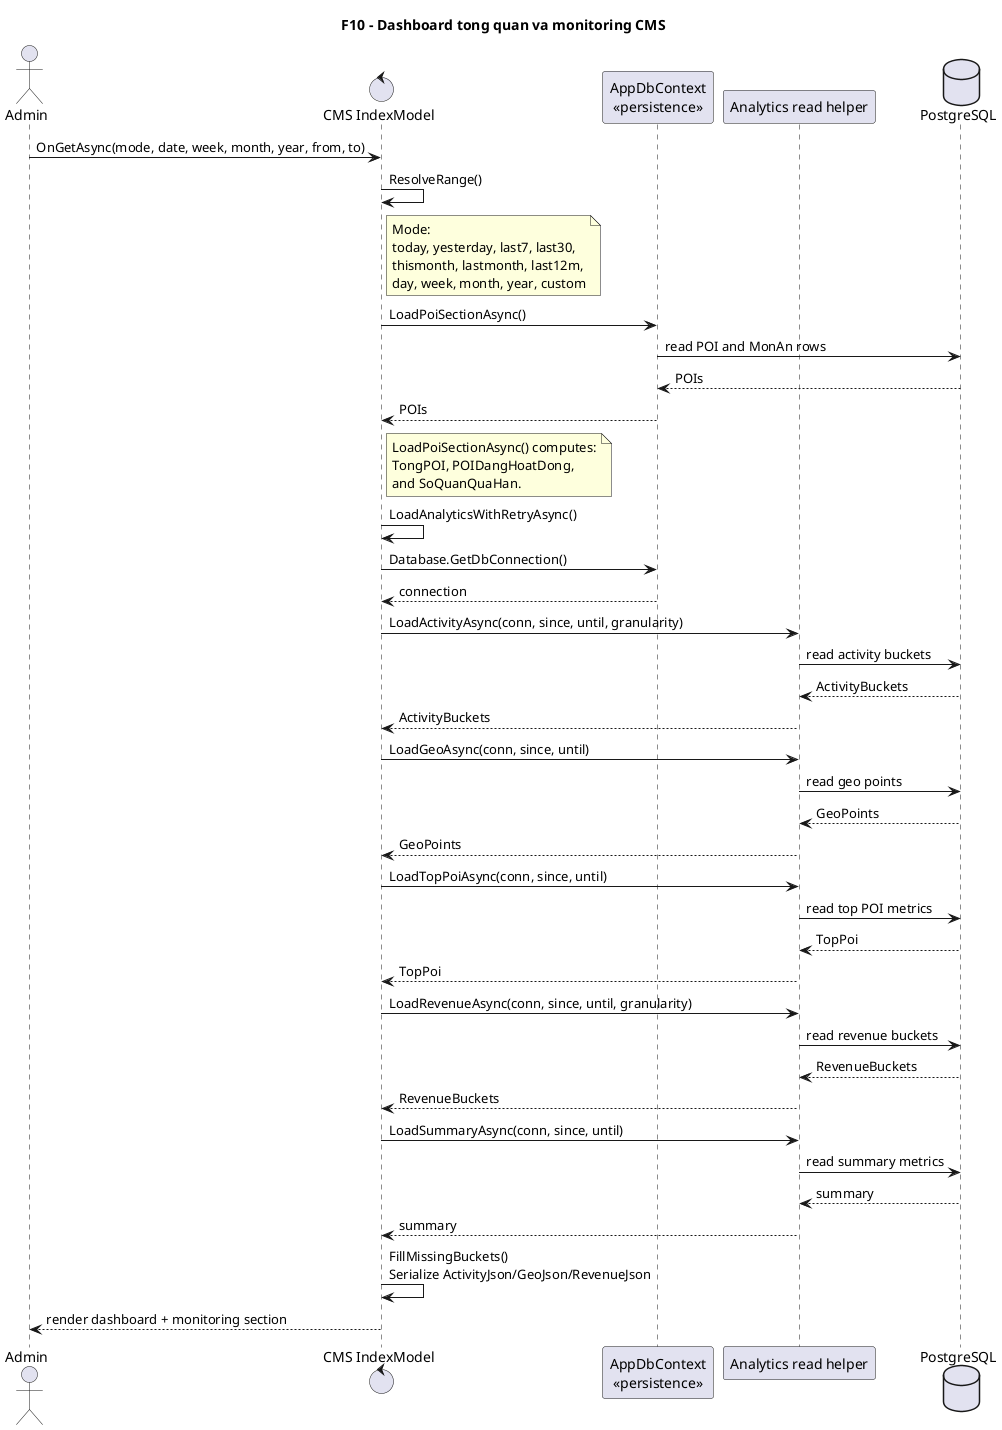
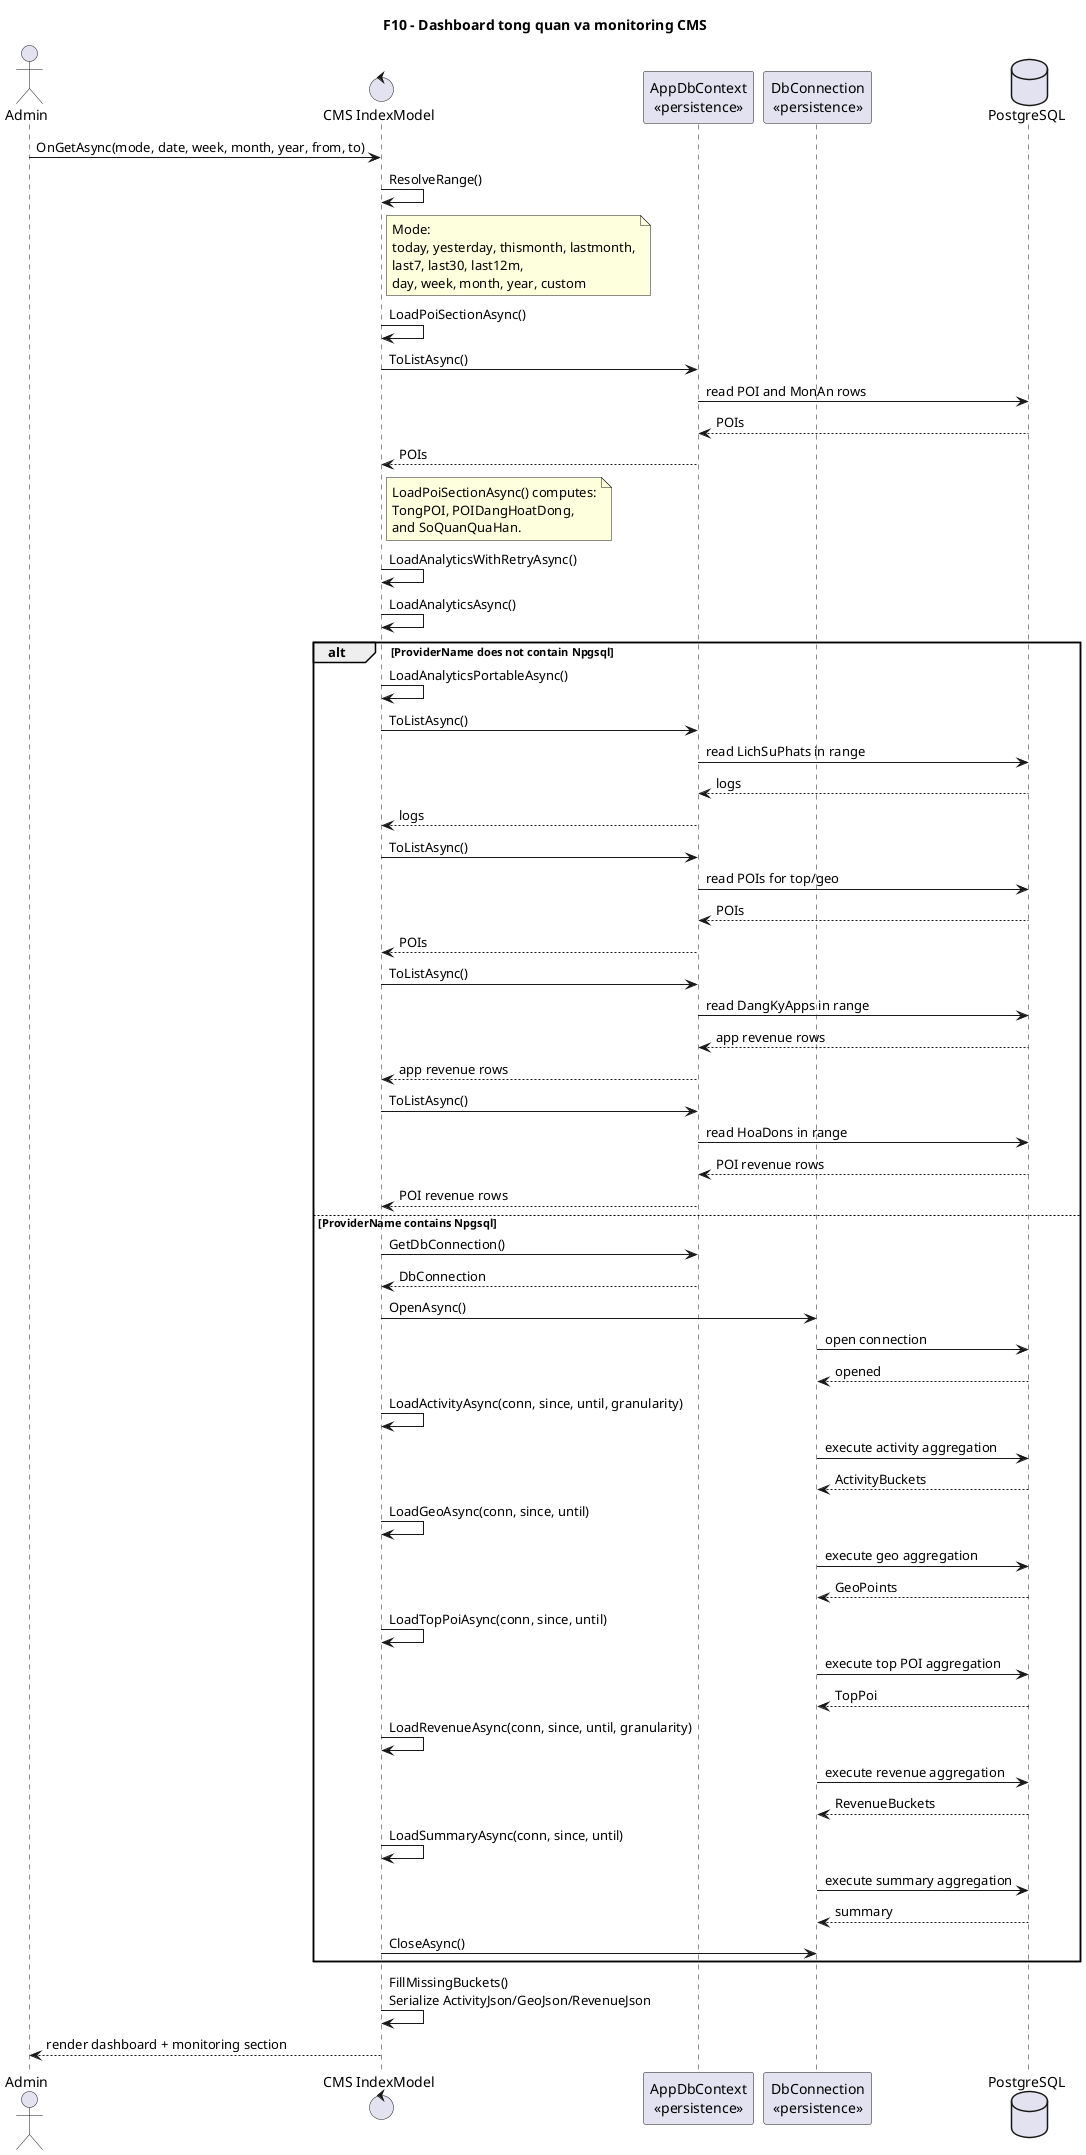
@startuml
' Diagram: F10 - Dashboard tong quan va monitoring CMS (Sequence)
' Status: VERIFIED
- ' Baseline: branch master, current worktree @ HEAD 0121e4f
+ ' Baseline: HEAD 8ca9ec7
' Source:
- ' - VinhKhanhTour.CMS/Pages/Index.cshtml.cs: OnGetAsync(), ResolveRange(), LoadPoiSectionAsync(), LoadAnalyticsWithRetryAsync(), LoadAnalyticsAsync(), LoadActivityAsync(), LoadGeoAsync(), LoadTopPoiAsync(), LoadRevenueAsync(), LoadSummaryAsync(), FillMissingBuckets()
+ ' - VinhKhanhTour.CMS/Pages/Index.cshtml.cs: OnGetAsync(), ResolveRange(), LoadPoiSectionAsync(), LoadAnalyticsWithRetryAsync(), LoadAnalyticsAsync(), LoadAnalyticsPortableAsync(), LoadActivityAsync(), LoadGeoAsync(), LoadTopPoiAsync(), LoadRevenueAsync(), LoadSummaryAsync(), FillMissingBuckets()
' - VinhKhanhTour.CMS/Pages/Index.cshtml
- ' Note: Sequence chi tiet hoa ResolveRange(), 2 pha load POI/analytics, shared connection, va serialize JSON cho chart/heatmap/revenue.
- ' Note: Sequence chi the hien method/step cua IndexModel va persistence helper, khong liet ke cau SQL.
+ ' Note: Sequence chi tiet hoa ResolveRange(), 2 pha load POI/analytics, nhanh portable EF va nhanh Npgsql/raw tren shared connection.
+ ' Note: Sequence chi the hien owner method cua IndexModel va persistence objects; khong liet ke cau SQL.
' Note: 3 the thong ke o stats-grid: TongPOI (tat ca POI ke ca chua gia han), POIDangHoatDong (TrangThai=true va con han duy tri), Ngon ngu (3).
title F10 - Dashboard tong quan va monitoring CMS

actor Admin
control "CMS IndexModel" as IndexModel
participant "AppDbContext\n<<persistence>>" as DbContext
- participant "Analytics read helper" as AnalyticsRead
+ participant "DbConnection\n<<persistence>>" as Conn
database "PostgreSQL" as DB

Admin -> IndexModel: OnGetAsync(mode, date, week, month, year, from, to)
IndexModel -> IndexModel: ResolveRange()
note right of IndexModel
  Mode:
-   today, yesterday, last7, last30,
-   thismonth, lastmonth, last12m,
+   today, yesterday, thismonth, lastmonth,
+   last7, last30, last12m,
  day, week, month, year, custom
end note

- IndexModel -> DbContext: LoadPoiSectionAsync()
+ IndexModel -> IndexModel: LoadPoiSectionAsync()
+ IndexModel -> DbContext: ToListAsync()
DbContext -> DB: read POI and MonAn rows
DB --> DbContext: POIs
DbContext --> IndexModel: POIs
note right of IndexModel
  LoadPoiSectionAsync() computes:
  TongPOI, POIDangHoatDong,
  and SoQuanQuaHan.
end note

IndexModel -> IndexModel: LoadAnalyticsWithRetryAsync()
- IndexModel -> DbContext: Database.GetDbConnection()
- DbContext --> IndexModel: connection
- IndexModel -> AnalyticsRead: LoadActivityAsync(conn, since, until, granularity)
- AnalyticsRead -> DB: read activity buckets
- DB --> AnalyticsRead: ActivityBuckets
- AnalyticsRead --> IndexModel: ActivityBuckets
- 
- IndexModel -> AnalyticsRead: LoadGeoAsync(conn, since, until)
- AnalyticsRead -> DB: read geo points
- DB --> AnalyticsRead: GeoPoints
- AnalyticsRead --> IndexModel: GeoPoints
- 
- IndexModel -> AnalyticsRead: LoadTopPoiAsync(conn, since, until)
- AnalyticsRead -> DB: read top POI metrics
- DB --> AnalyticsRead: TopPoi
- AnalyticsRead --> IndexModel: TopPoi
- 
- IndexModel -> AnalyticsRead: LoadRevenueAsync(conn, since, until, granularity)
- AnalyticsRead -> DB: read revenue buckets
- DB --> AnalyticsRead: RevenueBuckets
- AnalyticsRead --> IndexModel: RevenueBuckets
- 
- IndexModel -> AnalyticsRead: LoadSummaryAsync(conn, since, until)
- AnalyticsRead -> DB: read summary metrics
- DB --> AnalyticsRead: summary
- AnalyticsRead --> IndexModel: summary
+ IndexModel -> IndexModel: LoadAnalyticsAsync()
+ alt ProviderName does not contain Npgsql
+   IndexModel -> IndexModel: LoadAnalyticsPortableAsync()
+   IndexModel -> DbContext: ToListAsync()
+   DbContext -> DB: read LichSuPhats in range
+   DB --> DbContext: logs
+   DbContext --> IndexModel: logs
+   IndexModel -> DbContext: ToListAsync()
+   DbContext -> DB: read POIs for top/geo
+   DB --> DbContext: POIs
+   DbContext --> IndexModel: POIs
+   IndexModel -> DbContext: ToListAsync()
+   DbContext -> DB: read DangKyApps in range
+   DB --> DbContext: app revenue rows
+   DbContext --> IndexModel: app revenue rows
+   IndexModel -> DbContext: ToListAsync()
+   DbContext -> DB: read HoaDons in range
+   DB --> DbContext: POI revenue rows
+   DbContext --> IndexModel: POI revenue rows
+ else ProviderName contains Npgsql
+   IndexModel -> DbContext: GetDbConnection()
+   DbContext --> IndexModel: DbConnection
+   IndexModel -> Conn: OpenAsync()
+   Conn -> DB: open connection
+   DB --> Conn: opened
+   IndexModel -> IndexModel: LoadActivityAsync(conn, since, until, granularity)
+   Conn -> DB: execute activity aggregation
+   DB --> Conn: ActivityBuckets
+   IndexModel -> IndexModel: LoadGeoAsync(conn, since, until)
+   Conn -> DB: execute geo aggregation
+   DB --> Conn: GeoPoints
+   IndexModel -> IndexModel: LoadTopPoiAsync(conn, since, until)
+   Conn -> DB: execute top POI aggregation
+   DB --> Conn: TopPoi
+   IndexModel -> IndexModel: LoadRevenueAsync(conn, since, until, granularity)
+   Conn -> DB: execute revenue aggregation
+   DB --> Conn: RevenueBuckets
+   IndexModel -> IndexModel: LoadSummaryAsync(conn, since, until)
+   Conn -> DB: execute summary aggregation
+   DB --> Conn: summary
+   IndexModel -> Conn: CloseAsync()
+ end

IndexModel -> IndexModel: FillMissingBuckets()\nSerialize ActivityJson/GeoJson/RevenueJson
IndexModel --> Admin: render dashboard + monitoring section
@enduml
